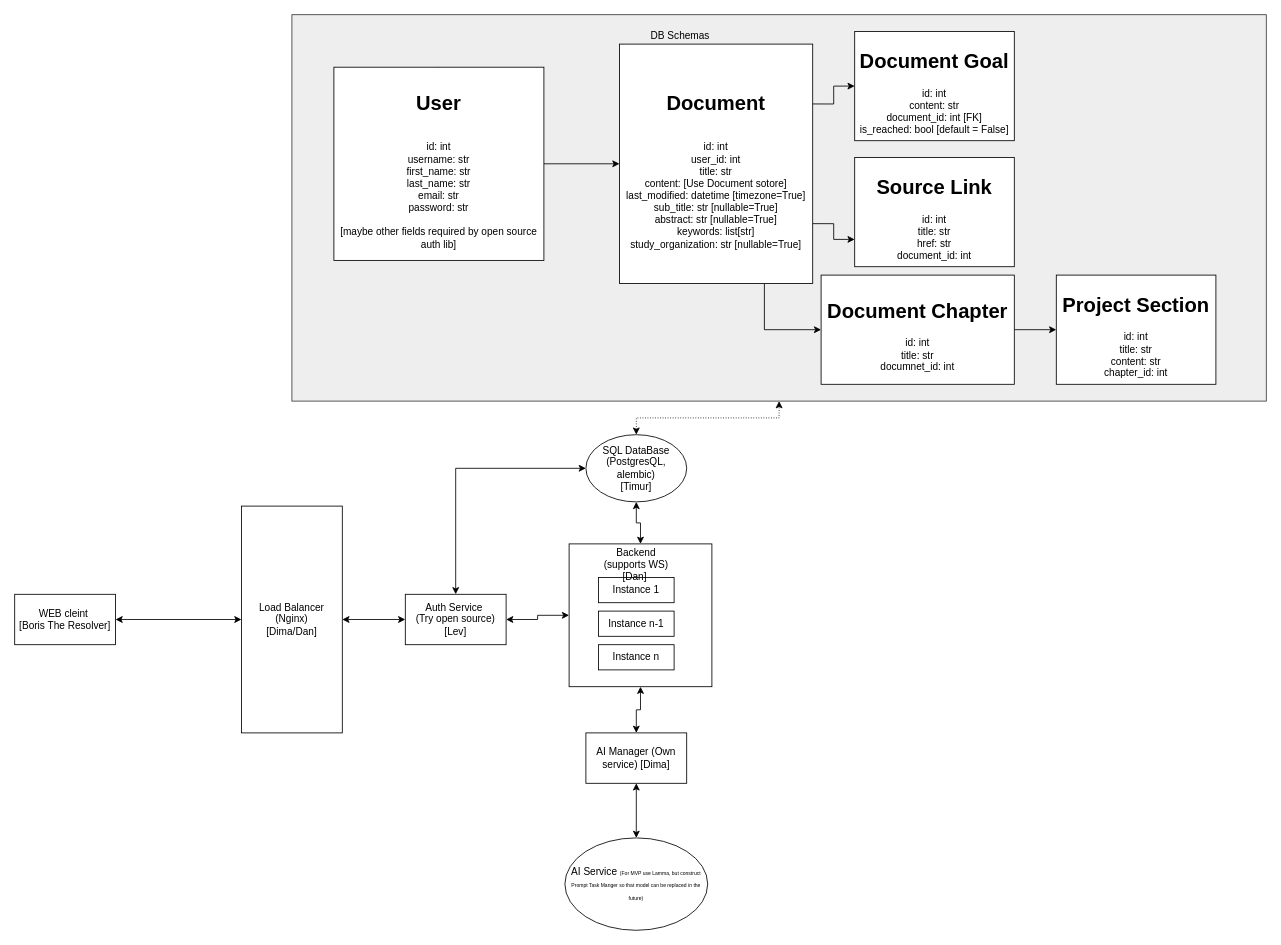
The draw.io diagram BluePrint SEA.drawio in bani2016up/sae_single_repo, before the edit. Source tidied: cells renumbered, new cells numbered last; positions are measured from the earlier drawing's top-left corner, leaving out a move shared by most shapes. Both pictures are drawn from the tidied source at 84%, with x=0, y=0 at pixel (14, 14).
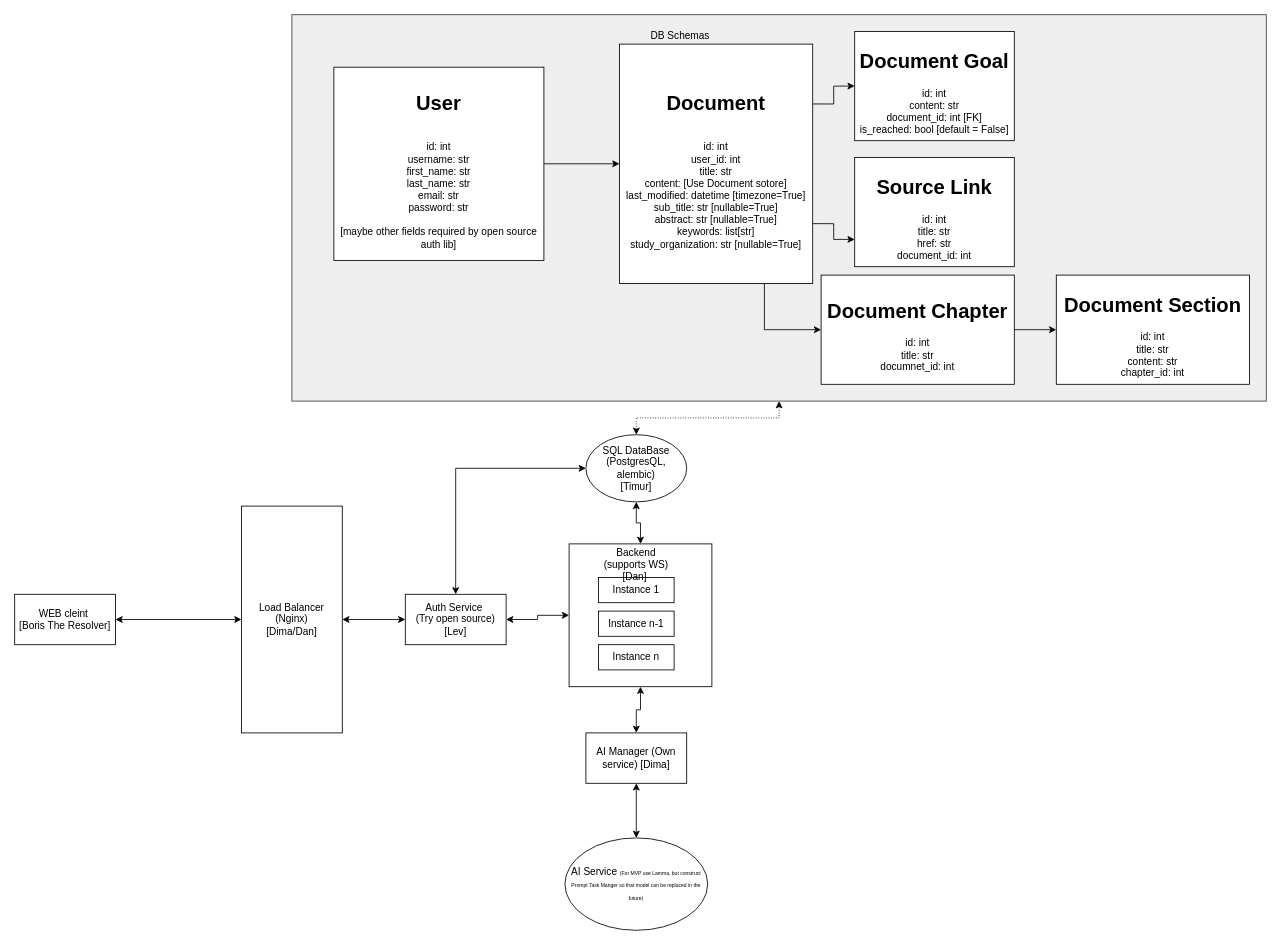
Above is the later version.

Commit message:
final fix of blueprint, sorry guys

Change to the diagram source:
```diff
@@
-    <mxCell id="34" value="&lt;h1&gt;Project Section&lt;/h1&gt;&lt;div&gt;id: int&lt;/div&gt;&lt;div&gt;title: str&lt;/div&gt;&lt;div&gt;content: str&lt;/div&gt;&lt;div&gt;chapter_id: int&lt;/div&gt;" style="rounded=0;whiteSpace=wrap;html=1;" parent="1" vertex="1">
-      <mxGeometry x="1240" y="310" width="190" height="130" as="geometry" />
+    <mxCell id="34" value="&lt;h1&gt;Document Section&lt;/h1&gt;&lt;div&gt;id: int&lt;/div&gt;&lt;div&gt;title: str&lt;/div&gt;&lt;div&gt;content: str&lt;/div&gt;&lt;div&gt;chapter_id: int&lt;/div&gt;" style="rounded=0;whiteSpace=wrap;html=1;" parent="1" vertex="1">
+      <mxGeometry x="1240" y="310" width="230" height="130" as="geometry" />
     </mxCell>
```
